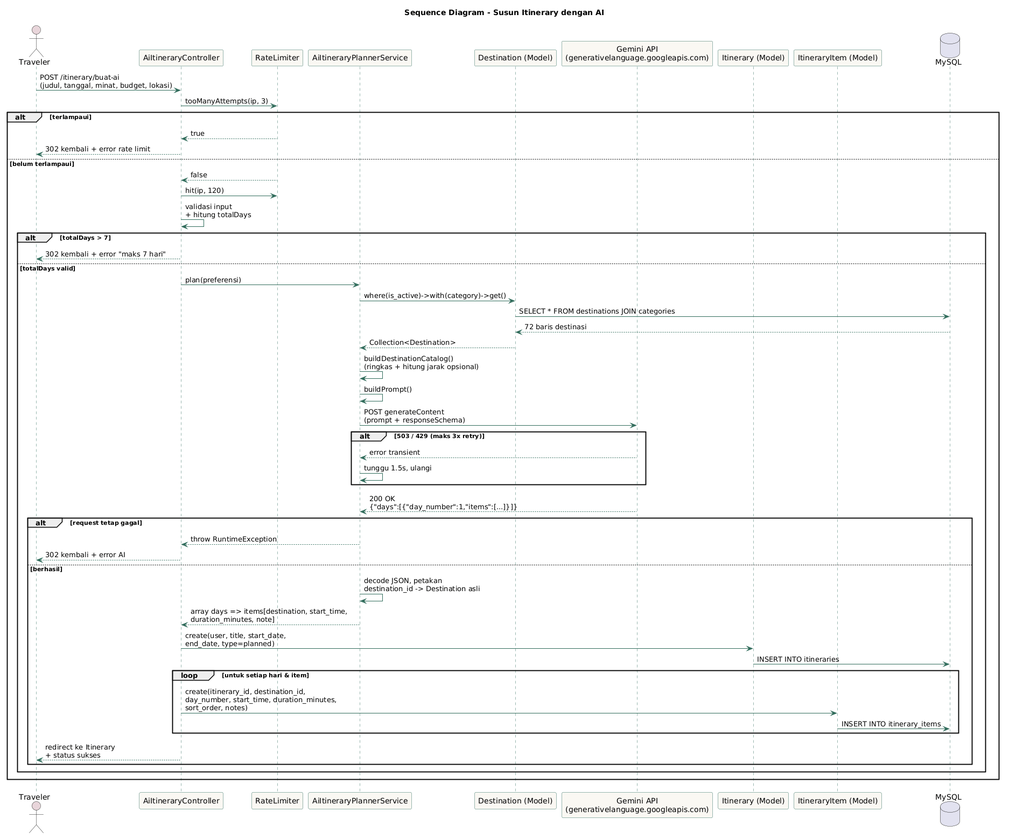
Before: docs/uml-plantuml/09-sequence-ai-itinerary.png, a diagram exported from PlantUML (anugrahhhhh/tripplane-jogja-itenary).
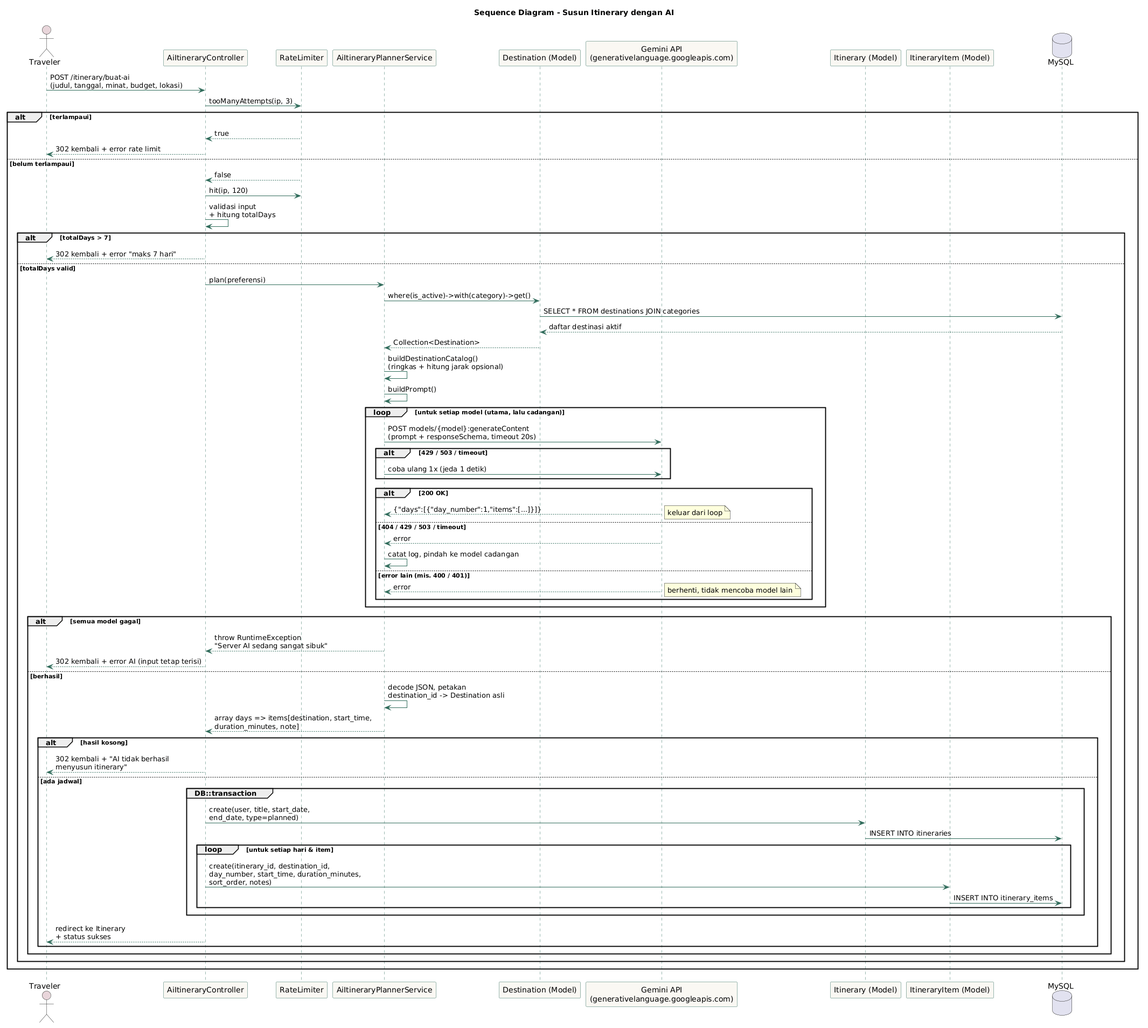
The same diagram one commit later.

The edit, as a diff of the source:
```diff
@@ -34,33 +34,48 @@
     Ctrl -> Planner : plan(preferensi)
     Planner -> Dest : where(is_active)->with(category)->get()
     Dest -> DB : SELECT * FROM destinations JOIN categories
-    DB --> Dest : 72 baris destinasi
+    DB --> Dest : daftar destinasi aktif
     Dest --> Planner : Collection<Destination>
     Planner -> Planner : buildDestinationCatalog()\n(ringkas + hitung jarak opsional)
     Planner -> Planner : buildPrompt()
 
-    Planner -> Gemini : POST generateContent\n(prompt + responseSchema)
-    alt 503 / 429 (maks 3x retry)
-      Gemini --> Planner : error transient
-      Planner -> Planner : tunggu 1.5s, ulangi
+    loop untuk setiap model (utama, lalu cadangan)
+      Planner -> Gemini : POST models/{model}:generateContent\n(prompt + responseSchema, timeout 20s)
+      alt 429 / 503 / timeout
+        Planner -> Gemini : coba ulang 1x (jeda 1 detik)
+      end
+      alt 200 OK
+        Gemini --> Planner : {"days":[{"day_number":1,"items":[...]}]}
+        note right : keluar dari loop
+      else 404 / 429 / 503 / timeout
+        Gemini --> Planner : error
+        Planner -> Planner : catat log, pindah ke model cadangan
+      else error lain (mis. 400 / 401)
+        Gemini --> Planner : error
+        note right : berhenti, tidak mencoba model lain
+      end
     end
-    Gemini --> Planner : 200 OK\n{"days":[{"day_number":1,"items":[...]}]}
 
-    alt request tetap gagal
-      Planner --> Ctrl : throw RuntimeException
-      Ctrl --> Traveler : 302 kembali + error AI
+    alt semua model gagal
+      Planner --> Ctrl : throw RuntimeException\n"Server AI sedang sangat sibuk"
+      Ctrl --> Traveler : 302 kembali + error AI (input tetap terisi)
     else berhasil
       Planner -> Planner : decode JSON, petakan\ndestination_id -> Destination asli
       Planner --> Ctrl : array days => items[destination, start_time,\nduration_minutes, note]
 
-      Ctrl -> Itin : create(user, title, start_date,\nend_date, type=planned)
-      Itin -> DB : INSERT INTO itineraries
-      loop untuk setiap hari & item
-        Ctrl -> Item : create(itinerary_id, destination_id,\nday_number, start_time, duration_minutes,\nsort_order, notes)
-        Item -> DB : INSERT INTO itinerary_items
+      alt hasil kosong
+        Ctrl --> Traveler : 302 kembali + "AI tidak berhasil\nmenyusun itinerary"
+      else ada jadwal
+        group DB::transaction
+          Ctrl -> Itin : create(user, title, start_date,\nend_date, type=planned)
+          Itin -> DB : INSERT INTO itineraries
+          loop untuk setiap hari & item
+            Ctrl -> Item : create(itinerary_id, destination_id,\nday_number, start_time, duration_minutes,\nsort_order, notes)
+            Item -> DB : INSERT INTO itinerary_items
+          end
+        end
+        Ctrl --> Traveler : redirect ke Itinerary\n+ status sukses
       end
-
-      Ctrl --> Traveler : redirect ke Itinerary\n+ status sukses
     end
   end
 end
```
